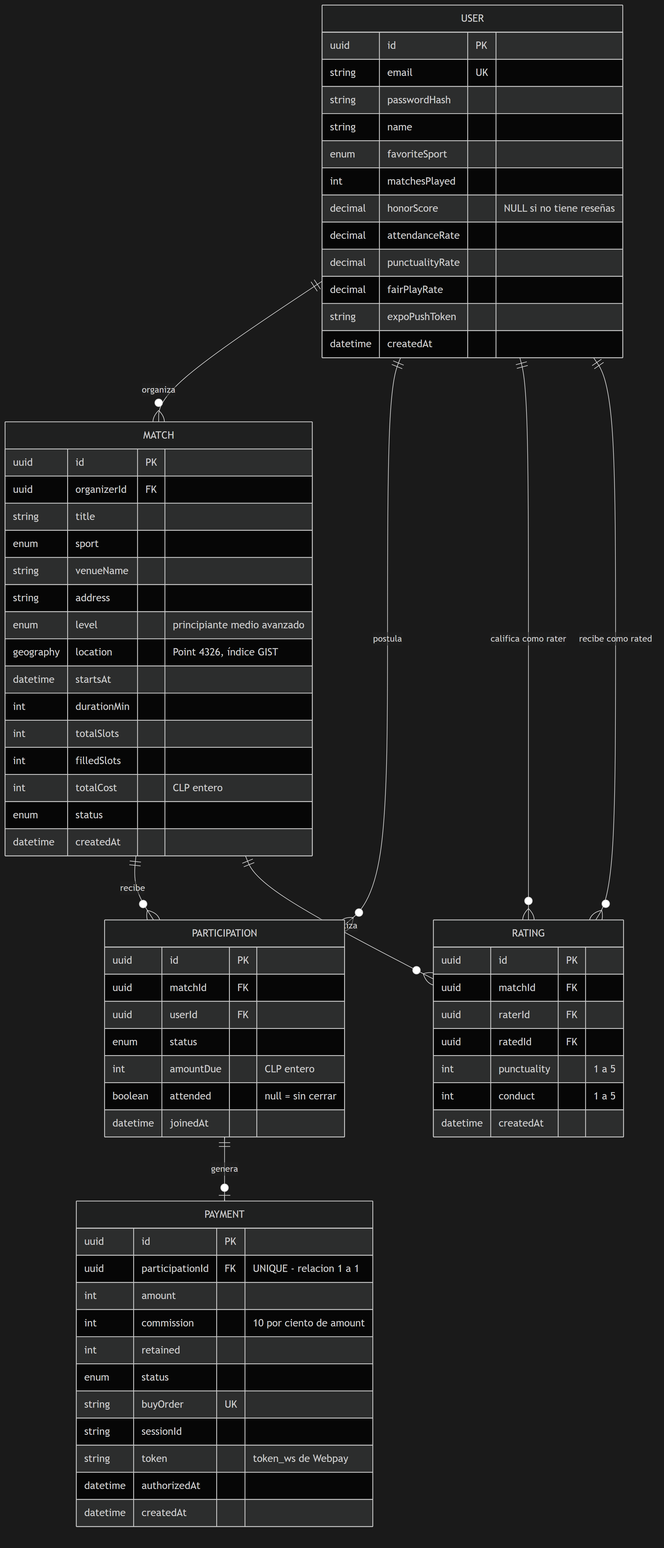
This is fase-2-desarrollo/docs/diagramas/er-modelo-datos.png from avenaaaa/KANCHA, a Mermaid export, as it was before one commit. Its source is kept beside it as fase-2-desarrollo/docs/diagramas/er-modelo-datos.mmd.
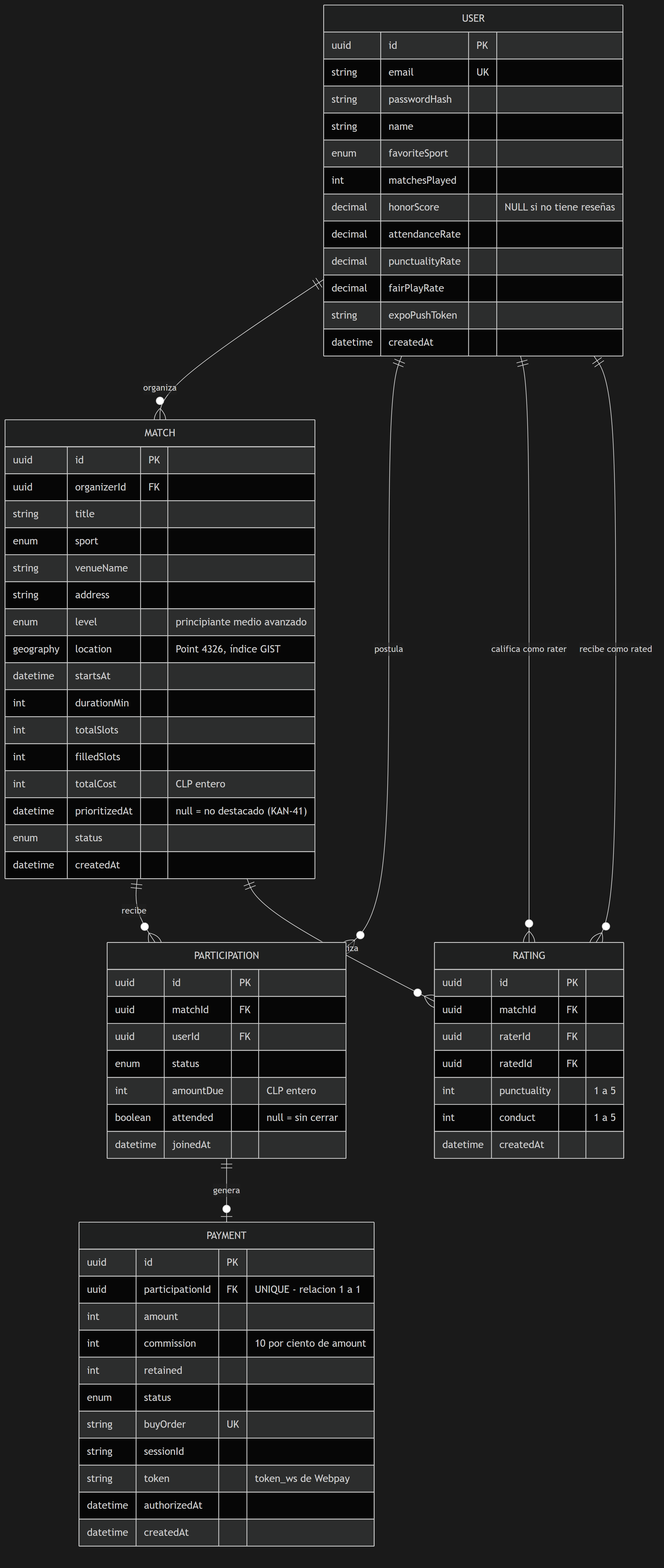
The same diagram one commit later.

Diff of the diagram source:
```diff
@@ -36,6 +36,7 @@
         int       totalSlots
         int       filledSlots
         int       totalCost "CLP entero"
+        datetime  prioritizedAt "null = no destacado (KAN-41)"
         enum      status
         datetime  createdAt
     }
```
